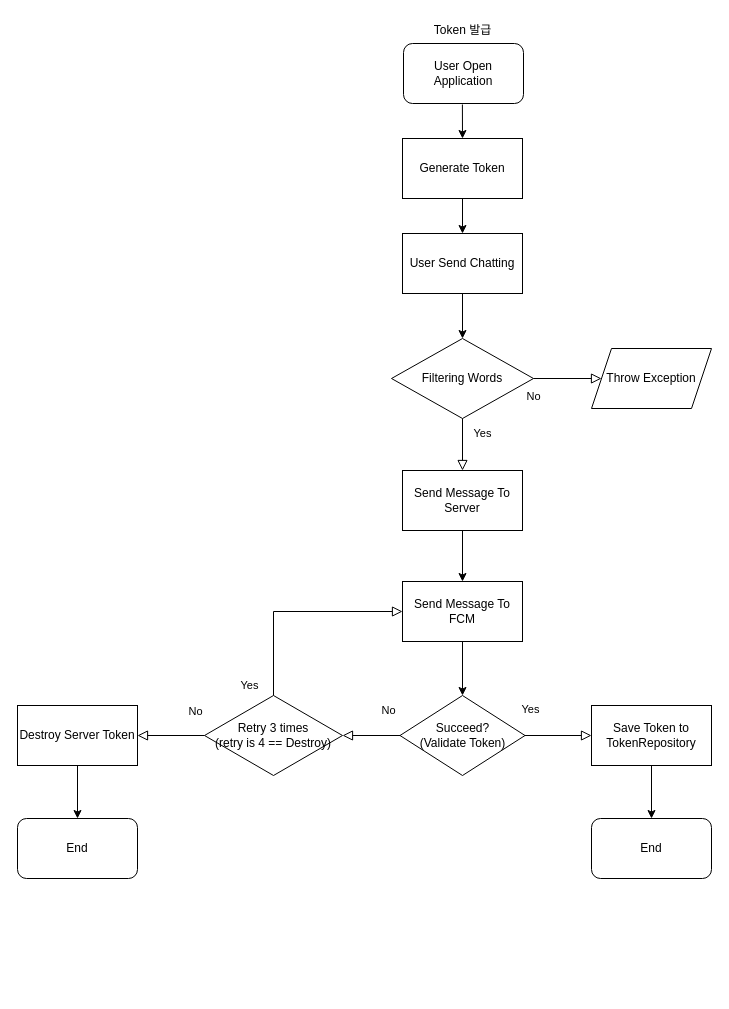
This is FcmMessage.drawio from spacedustz/Flow-Chart, a draw.io file, before an edit. Source tidied: cells renumbered, new cells numbered last; positions are measured from the earlier drawing's top-left corner, leaving out a move shared by most shapes. Both pictures are drawn from the tidied source at 100%, with x=0, y=0 at pixel (17, 17).
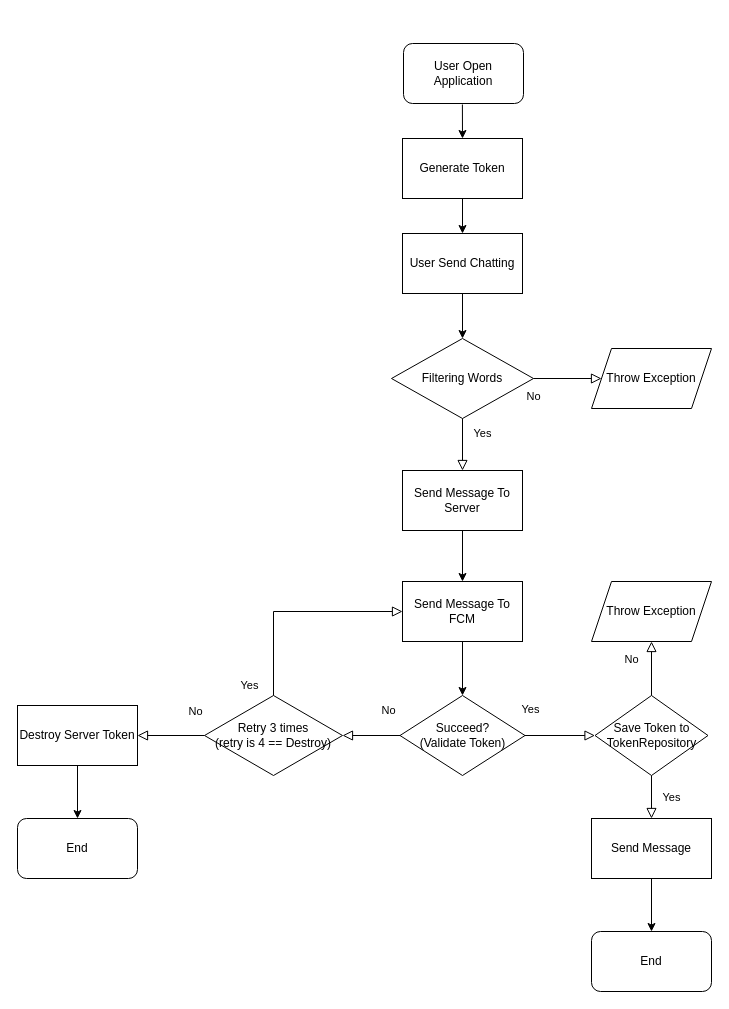
The same diagram, later.

Change to the diagram source:
```diff
@@
     <mxCell id="5" value="End" style="rounded=1;whiteSpace=wrap;html=1;" parent="1" vertex="1">
-      <mxGeometry x="574" y="801" width="120" height="60" as="geometry" />
+      <mxGeometry x="574" y="914" width="120" height="60" as="geometry" />
     </mxCell>
@@
-    <mxCell id="8" value="Save Token to TokenRepository" style="rounded=0;whiteSpace=wrap;html=1;" parent="1" vertex="1">
-      <mxGeometry x="574" y="688" width="120" height="60" as="geometry" />
-    </mxCell>
-    <mxCell id="9" style="endArrow=classic;html=1;rounded=0;entryX=0.5;entryY=0;entryDx=0;entryDy=0;exitX=0.5;exitY=1;exitDx=0;exitDy=0;" parent="1" edge="1" source="8" target="5">
-      <mxGeometry relative="1" as="geometry" />
-    </mxCell>
@@
-    <mxCell id="24" value="Token 발급" style="text;html=1;align=center;verticalAlign=middle;strokeColor=none;fillColor=none;" parent="1" vertex="1">
-      <mxGeometry x="406.5" width="77" height="26" as="geometry" />
-    </mxCell>
@@
+    <mxCell id="29" value="Send Message" style="rounded=0;whiteSpace=wrap;html=1;" parent="1" vertex="1">
+      <mxGeometry x="574" y="801" width="120" height="60" as="geometry" />
+    </mxCell>
+    <mxCell id="30" style="endArrow=classic;html=1;rounded=0;exitX=0.5;exitY=1;exitDx=0;exitDy=0;entryX=0.5;entryY=0;entryDx=0;entryDy=0;" parent="1" edge="1" source="29" target="5">
+      <mxGeometry relative="1" as="geometry" />
+    </mxCell>
+    <mxCell id="8" value="Save Token to TokenRepository" style="rhombus;whiteSpace=wrap;html=1;" parent="1" vertex="1">
+      <mxGeometry x="577.5" y="678" width="113" height="80" as="geometry" />
+    </mxCell>
+    <mxCell id="31" value="Yes" style="rounded=0;html=1;jettySize=auto;fontSize=11;endArrow=block;endFill=0;endSize=8;strokeWidth=1;shadow=0;labelBackgroundColor=none;edgeStyle=orthogonalEdgeStyle;exitX=0.5;exitY=1;exitDx=0;exitDy=0;entryX=0.5;entryY=0;entryDx=0;entryDy=0;" parent="1" edge="1" source="8" target="29">
+      <mxGeometry y="20" relative="1" as="geometry" />
+    </mxCell>
+    <mxCell id="32" value="No" style="rounded=0;html=1;jettySize=auto;fontSize=11;endArrow=block;endFill=0;endSize=8;strokeWidth=1;shadow=0;labelBackgroundColor=none;edgeStyle=orthogonalEdgeStyle;exitX=0.5;exitY=0;exitDx=0;exitDy=0;entryX=0.5;entryY=1;entryDx=0;entryDy=0;" parent="1" edge="1" source="8" target="33">
+      <mxGeometry x="0.33" y="20" relative="1" as="geometry" />
+    </mxCell>
+    <mxCell id="33" value="Throw Exception" style="shape=parallelogram;perimeter=parallelogramPerimeter;whiteSpace=wrap;html=1;fixedSize=1;" parent="1" vertex="1">
+      <mxGeometry x="574" y="564" width="120" height="60" as="geometry" />
+    </mxCell>
```
